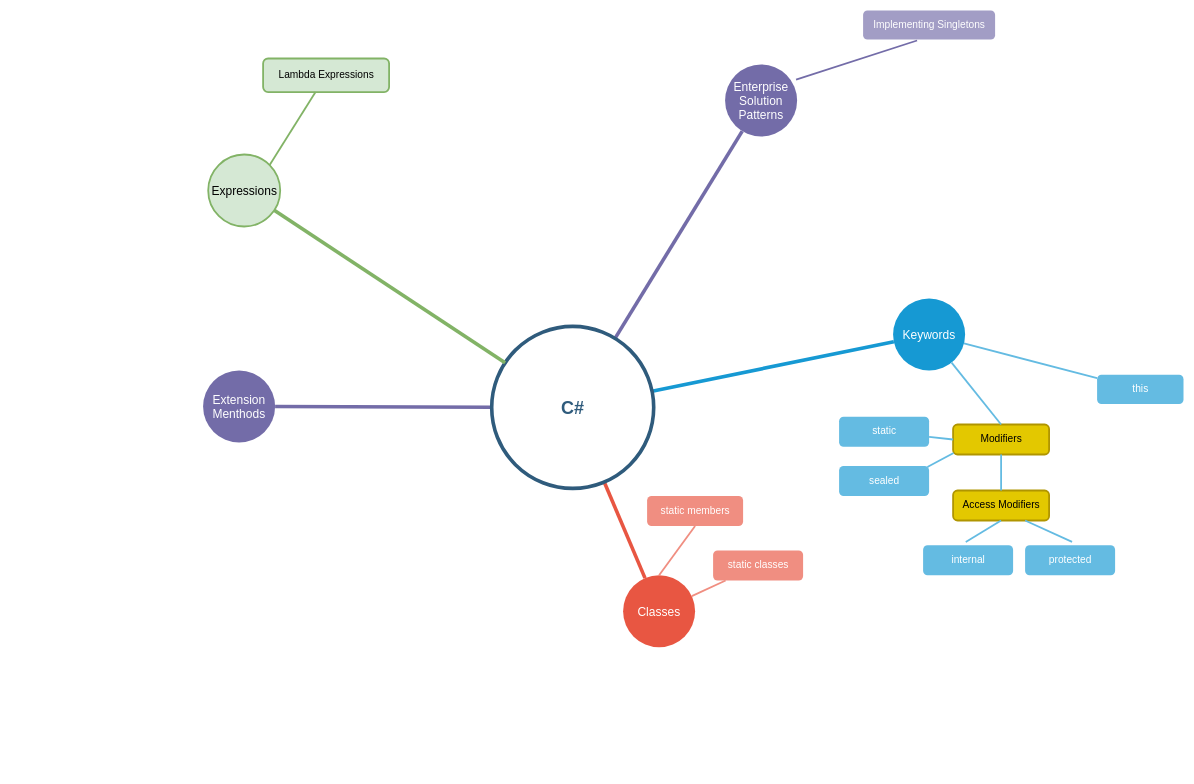
Earlier version of the draw.io diagram CSharp/C#.drawio (muksiddheswar/Mind-Maps). Source tidied: cells renumbered, new cells numbered last; positions are measured from the earlier drawing's top-left corner, leaving out a move shared by most shapes. Both pictures are drawn from the tidied source at 60%, with x=0, y=0 at pixel (203, 10).
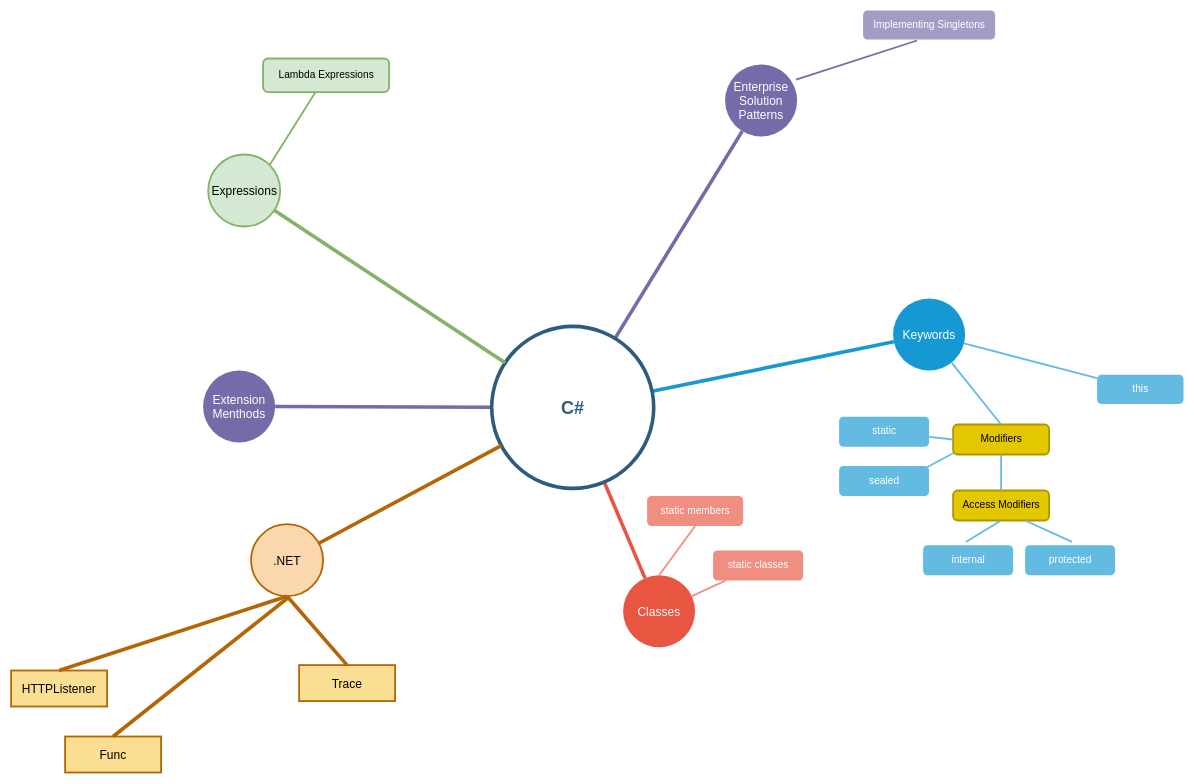
The same diagram, later.

Commit message (it also covers changes not shown here):
Add .NET API examples

The change refers to these unchanged cells:
```xml
<mxCell id="15" value="C#" style="ellipse;whiteSpace=wrap;html=1;shadow=0;fontFamily=Helvetica;fontSize=30;fontColor=#2F5B7C;align=center;strokeColor=#2F5B7C;strokeWidth=6;fillColor=#FFFFFF;fontStyle=1;gradientColor=none;" parent="1" vertex="1">
  <mxGeometry x="481" y="526.5" width="270" height="270" as="geometry" />
</mxCell>
```

Diff of the diagram source:
```diff
@@
+    <mxCell id="35" style="endArrow=none;strokeWidth=6;strokeColor=#b46504;html=1;fillColor=#fad7ac;" parent="1" edge="1" source="15" target="36">
+      <mxGeometry relative="1" as="geometry" />
+    </mxCell>
+    <mxCell id="36" value=".NET" style="ellipse;whiteSpace=wrap;html=1;shadow=0;fontFamily=Helvetica;fontSize=20;align=center;strokeWidth=3;fillColor=#fad7ac;strokeColor=#b46504;" parent="1" vertex="1">
+      <mxGeometry x="80" y="856.2" width="120" height="120" as="geometry" />
+    </mxCell>
+    <mxCell id="37" value="HTTPListener" style="whiteSpace=wrap;html=1;fontSize=20;fillColor=#FADE91;strokeColor=#b46504;shadow=0;strokeWidth=3;" parent="1" vertex="1">
+      <mxGeometry x="-320" y="1100" width="160" height="60" as="geometry" />
+    </mxCell>
+    <mxCell id="38" style="endArrow=none;strokeWidth=6;strokeColor=#b46504;html=1;fillColor=#fad7ac;entryX=0.5;entryY=1;entryDx=0;entryDy=0;exitX=0.5;exitY=0;exitDx=0;exitDy=0;" parent="1" edge="1" source="37" target="36">
+      <mxGeometry relative="1" as="geometry" />
+    </mxCell>
+    <mxCell id="39" value="Trace" style="whiteSpace=wrap;html=1;fontSize=20;fillColor=#FADE91;strokeColor=#b46504;shadow=0;strokeWidth=3;" parent="1" vertex="1">
+      <mxGeometry x="160" y="1091" width="160" height="60" as="geometry" />
+    </mxCell>
+    <mxCell id="40" style="endArrow=none;strokeWidth=6;strokeColor=#b46504;html=1;fillColor=#fad7ac;entryX=0.5;entryY=1;entryDx=0;entryDy=0;exitX=0.5;exitY=0;exitDx=0;exitDy=0;" parent="1" edge="1" source="39" target="36">
+      <mxGeometry relative="1" as="geometry" />
+    </mxCell>
+    <mxCell id="41" value="Func" style="whiteSpace=wrap;html=1;fontSize=20;fillColor=#FADE91;strokeColor=#b46504;shadow=0;strokeWidth=3;" parent="1" vertex="1">
+      <mxGeometry x="-230" y="1210" width="160" height="60" as="geometry" />
+    </mxCell>
+    <mxCell id="42" style="endArrow=none;strokeWidth=6;strokeColor=#b46504;html=1;fillColor=#fad7ac;exitX=0.5;exitY=0;exitDx=0;exitDy=0;" parent="1" edge="1" source="41">
+      <mxGeometry relative="1" as="geometry">
+        <mxPoint x="140" y="980" as="targetPoint" />
+      </mxGeometry>
+    </mxCell>
```
